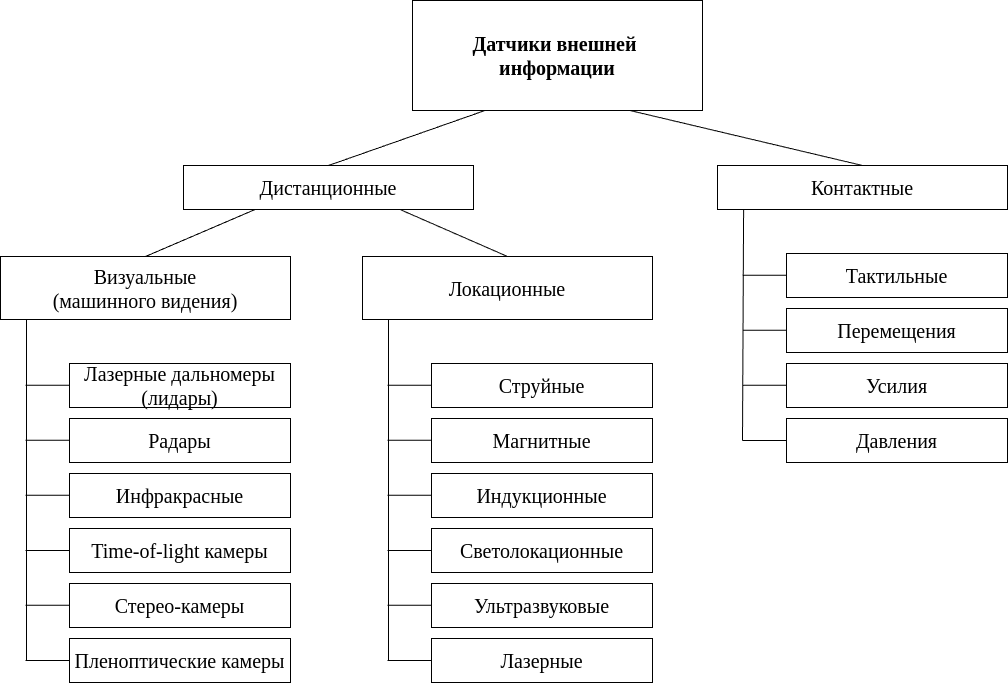
Above: Dissertation/images/drawio/datchiki.drawio.png in dreddsa5dies/phd (draw.io), before the change. Source tidied: cells renumbered, new cells last; positions are measured from the earlier drawing's top-left corner, leaving out a move shared by most shapes. Source of this version:
```xml
<mxGraphModel>
  <root>
    <mxCell id="0" />
    <mxCell id="1" parent="0" />
    <mxCell id="2" value="Датчики внешней&amp;nbsp;&lt;div&gt;информации&lt;/div&gt;" style="rounded=0;whiteSpace=wrap;html=1;fontSize=20;fontStyle=1;fontFamily=Times New Roman;" parent="1" vertex="1">
      <mxGeometry x="412" width="290" height="110" as="geometry" />
    </mxCell>
    <mxCell id="3" value="Дистанционные" style="rounded=0;whiteSpace=wrap;html=1;fontSize=20;fontFamily=Times New Roman;" parent="1" vertex="1">
      <mxGeometry x="183" y="165" width="290" height="44" as="geometry" />
    </mxCell>
    <mxCell id="4" value="Контактные" style="rounded=0;whiteSpace=wrap;html=1;fontSize=20;fontFamily=Times New Roman;" parent="1" vertex="1">
      <mxGeometry x="717" y="165" width="290" height="44" as="geometry" />
    </mxCell>
    <mxCell id="5" value="Визуальные&lt;br&gt;(машинного видения)" style="rounded=0;whiteSpace=wrap;html=1;fontSize=20;fontFamily=Times New Roman;" parent="1" vertex="1">
      <mxGeometry y="256" width="290" height="63" as="geometry" />
    </mxCell>
    <mxCell id="6" value="Локационные" style="rounded=0;whiteSpace=wrap;html=1;fontSize=20;fontFamily=Times New Roman;" parent="1" vertex="1">
      <mxGeometry x="362" y="256" width="290" height="63" as="geometry" />
    </mxCell>
    <mxCell id="7" style="endArrow=none;html=1;rounded=0;entryX=0.25;entryY=1;entryDx=0;entryDy=0;exitX=0.5;exitY=0;exitDx=0;exitDy=0;" parent="1" edge="1" source="3" target="2">
      <mxGeometry relative="1" as="geometry" />
    </mxCell>
    <mxCell id="8" style="endArrow=none;html=1;rounded=0;entryX=0.75;entryY=1;entryDx=0;entryDy=0;exitX=0.5;exitY=0;exitDx=0;exitDy=0;" parent="1" edge="1" source="4" target="2">
      <mxGeometry relative="1" as="geometry" />
    </mxCell>
    <mxCell id="9" style="endArrow=none;html=1;rounded=0;entryX=0.5;entryY=0;entryDx=0;entryDy=0;exitX=0.25;exitY=1;exitDx=0;exitDy=0;" parent="1" edge="1" target="5">
      <mxGeometry relative="1" as="geometry">
        <mxPoint x="254.5" y="209" as="sourcePoint" />
      </mxGeometry>
    </mxCell>
    <mxCell id="10" style="endArrow=none;html=1;rounded=0;entryX=0.5;entryY=0;entryDx=0;entryDy=0;exitX=0.75;exitY=1;exitDx=0;exitDy=0;" parent="1" edge="1" target="6">
      <mxGeometry relative="1" as="geometry">
        <mxPoint x="399.5" y="209" as="sourcePoint" />
      </mxGeometry>
    </mxCell>
    <mxCell id="11" value="Тактильные" style="rounded=0;whiteSpace=wrap;html=1;fontSize=20;fontFamily=Times New Roman;" parent="1" vertex="1">
      <mxGeometry x="786" y="253" width="221" height="44" as="geometry" />
    </mxCell>
    <mxCell id="12" value="Перемещения" style="rounded=0;whiteSpace=wrap;html=1;fontSize=20;fontFamily=Times New Roman;" parent="1" vertex="1">
      <mxGeometry x="786" y="308" width="221" height="44" as="geometry" />
    </mxCell>
    <mxCell id="13" value="Усилия" style="rounded=0;whiteSpace=wrap;html=1;fontSize=20;fontFamily=Times New Roman;" parent="1" vertex="1">
      <mxGeometry x="786" y="363" width="221" height="44" as="geometry" />
    </mxCell>
    <mxCell id="14" value="Давления" style="rounded=0;whiteSpace=wrap;html=1;fontSize=20;fontFamily=Times New Roman;" parent="1" vertex="1">
      <mxGeometry x="786" y="418" width="221" height="44" as="geometry" />
    </mxCell>
    <mxCell id="15" style="endArrow=none;html=1;rounded=0;entryX=0.09;entryY=0.999;entryDx=0;entryDy=0;entryPerimeter=0;" parent="1" edge="1" target="4">
      <mxGeometry relative="1" as="geometry">
        <mxPoint x="742" y="440" as="sourcePoint" />
      </mxGeometry>
    </mxCell>
    <mxCell id="16" style="endArrow=none;html=1;rounded=0;entryX=0;entryY=0.5;entryDx=0;entryDy=0;" parent="1" edge="1" target="14">
      <mxGeometry relative="1" as="geometry">
        <mxPoint x="742" y="440" as="sourcePoint" />
      </mxGeometry>
    </mxCell>
    <mxCell id="17" style="endArrow=none;html=1;rounded=0;entryX=0;entryY=0.5;entryDx=0;entryDy=0;" parent="1" edge="1">
      <mxGeometry relative="1" as="geometry">
        <mxPoint x="742" y="384.8" as="sourcePoint" />
        <mxPoint x="786" y="384.8" as="targetPoint" />
      </mxGeometry>
    </mxCell>
    <mxCell id="18" style="endArrow=none;html=1;rounded=0;entryX=0;entryY=0.5;entryDx=0;entryDy=0;" parent="1" edge="1">
      <mxGeometry relative="1" as="geometry">
        <mxPoint x="742" y="329.8" as="sourcePoint" />
        <mxPoint x="786" y="329.8" as="targetPoint" />
      </mxGeometry>
    </mxCell>
    <mxCell id="19" style="endArrow=none;html=1;rounded=0;entryX=0;entryY=0.5;entryDx=0;entryDy=0;" parent="1" edge="1">
      <mxGeometry relative="1" as="geometry">
        <mxPoint x="742" y="274.8" as="sourcePoint" />
        <mxPoint x="786" y="274.8" as="targetPoint" />
      </mxGeometry>
    </mxCell>
    <mxCell id="20" value="Струйные" style="rounded=0;whiteSpace=wrap;html=1;fontSize=20;fontFamily=Times New Roman;" parent="1" vertex="1">
      <mxGeometry x="431" y="363" width="221" height="44" as="geometry" />
    </mxCell>
    <mxCell id="21" value="Магнитные" style="rounded=0;whiteSpace=wrap;html=1;fontSize=20;fontFamily=Times New Roman;" parent="1" vertex="1">
      <mxGeometry x="431" y="418" width="221" height="44" as="geometry" />
    </mxCell>
    <mxCell id="22" value="Индукционные" style="rounded=0;whiteSpace=wrap;html=1;fontSize=20;fontFamily=Times New Roman;" parent="1" vertex="1">
      <mxGeometry x="431" y="473" width="221" height="44" as="geometry" />
    </mxCell>
    <mxCell id="23" value="Светолокационные" style="rounded=0;whiteSpace=wrap;html=1;fontSize=20;fontFamily=Times New Roman;" parent="1" vertex="1">
      <mxGeometry x="431" y="528" width="221" height="44" as="geometry" />
    </mxCell>
    <mxCell id="24" style="endArrow=none;html=1;rounded=0;entryX=0.09;entryY=0.999;entryDx=0;entryDy=0;entryPerimeter=0;" parent="1" edge="1">
      <mxGeometry relative="1" as="geometry">
        <mxPoint x="388" y="660" as="sourcePoint" />
        <mxPoint x="388" y="319" as="targetPoint" />
      </mxGeometry>
    </mxCell>
    <mxCell id="25" style="endArrow=none;html=1;rounded=0;entryX=0;entryY=0.5;entryDx=0;entryDy=0;" parent="1" edge="1" target="23">
      <mxGeometry relative="1" as="geometry">
        <mxPoint x="387" y="550" as="sourcePoint" />
      </mxGeometry>
    </mxCell>
    <mxCell id="26" style="endArrow=none;html=1;rounded=0;entryX=0;entryY=0.5;entryDx=0;entryDy=0;" parent="1" edge="1">
      <mxGeometry relative="1" as="geometry">
        <mxPoint x="387" y="494.8" as="sourcePoint" />
        <mxPoint x="431" y="494.8" as="targetPoint" />
      </mxGeometry>
    </mxCell>
    <mxCell id="27" style="endArrow=none;html=1;rounded=0;entryX=0;entryY=0.5;entryDx=0;entryDy=0;" parent="1" edge="1">
      <mxGeometry relative="1" as="geometry">
        <mxPoint x="387" y="439.8" as="sourcePoint" />
        <mxPoint x="431" y="439.8" as="targetPoint" />
      </mxGeometry>
    </mxCell>
    <mxCell id="28" style="endArrow=none;html=1;rounded=0;entryX=0;entryY=0.5;entryDx=0;entryDy=0;" parent="1" edge="1">
      <mxGeometry relative="1" as="geometry">
        <mxPoint x="387" y="384.8" as="sourcePoint" />
        <mxPoint x="431" y="384.8" as="targetPoint" />
      </mxGeometry>
    </mxCell>
    <mxCell id="29" value="Лазерные дальномеры (лидары)" style="rounded=0;whiteSpace=wrap;html=1;fontSize=20;fontFamily=Times New Roman;" parent="1" vertex="1">
      <mxGeometry x="69" y="363" width="221" height="44" as="geometry" />
    </mxCell>
    <mxCell id="30" value="Радары" style="rounded=0;whiteSpace=wrap;html=1;fontSize=20;fontFamily=Times New Roman;" parent="1" vertex="1">
      <mxGeometry x="69" y="418" width="221" height="44" as="geometry" />
    </mxCell>
    <mxCell id="31" value="Инфракрасные" style="rounded=0;whiteSpace=wrap;html=1;fontSize=20;fontFamily=Times New Roman;" parent="1" vertex="1">
      <mxGeometry x="69" y="473" width="221" height="44" as="geometry" />
    </mxCell>
    <mxCell id="32" value="Time-of-light камеры" style="rounded=0;whiteSpace=wrap;html=1;fontSize=20;fontFamily=Times New Roman;" parent="1" vertex="1">
      <mxGeometry x="69" y="528" width="221" height="44" as="geometry" />
    </mxCell>
    <mxCell id="33" style="endArrow=none;html=1;rounded=0;entryX=0.09;entryY=0.999;entryDx=0;entryDy=0;entryPerimeter=0;" parent="1" edge="1">
      <mxGeometry relative="1" as="geometry">
        <mxPoint x="26" y="660" as="sourcePoint" />
        <mxPoint x="26" y="319" as="targetPoint" />
      </mxGeometry>
    </mxCell>
    <mxCell id="34" style="endArrow=none;html=1;rounded=0;entryX=0;entryY=0.5;entryDx=0;entryDy=0;" parent="1" edge="1" target="32">
      <mxGeometry relative="1" as="geometry">
        <mxPoint x="25" y="550" as="sourcePoint" />
      </mxGeometry>
    </mxCell>
    <mxCell id="35" style="endArrow=none;html=1;rounded=0;entryX=0;entryY=0.5;entryDx=0;entryDy=0;" parent="1" edge="1">
      <mxGeometry relative="1" as="geometry">
        <mxPoint x="25" y="494.8" as="sourcePoint" />
        <mxPoint x="69" y="494.8" as="targetPoint" />
      </mxGeometry>
    </mxCell>
    <mxCell id="36" style="endArrow=none;html=1;rounded=0;entryX=0;entryY=0.5;entryDx=0;entryDy=0;" parent="1" edge="1">
      <mxGeometry relative="1" as="geometry">
        <mxPoint x="25" y="439.8" as="sourcePoint" />
        <mxPoint x="69" y="439.8" as="targetPoint" />
      </mxGeometry>
    </mxCell>
    <mxCell id="37" style="endArrow=none;html=1;rounded=0;entryX=0;entryY=0.5;entryDx=0;entryDy=0;" parent="1" edge="1">
      <mxGeometry relative="1" as="geometry">
        <mxPoint x="25" y="384.8" as="sourcePoint" />
        <mxPoint x="69" y="384.8" as="targetPoint" />
      </mxGeometry>
    </mxCell>
    <mxCell id="38" value="Стерео-камеры" style="rounded=0;whiteSpace=wrap;html=1;fontSize=20;fontFamily=Times New Roman;" parent="1" vertex="1">
      <mxGeometry x="69" y="583" width="221" height="44" as="geometry" />
    </mxCell>
    <mxCell id="39" value="Пленоптические камеры" style="rounded=0;whiteSpace=wrap;html=1;fontSize=20;fontFamily=Times New Roman;" parent="1" vertex="1">
      <mxGeometry x="69" y="638" width="221" height="44" as="geometry" />
    </mxCell>
    <mxCell id="40" style="endArrow=none;html=1;rounded=0;entryX=0;entryY=0.5;entryDx=0;entryDy=0;" parent="1" edge="1" target="39">
      <mxGeometry relative="1" as="geometry">
        <mxPoint x="25" y="660" as="sourcePoint" />
      </mxGeometry>
    </mxCell>
    <mxCell id="41" style="endArrow=none;html=1;rounded=0;entryX=0;entryY=0.5;entryDx=0;entryDy=0;" parent="1" edge="1">
      <mxGeometry relative="1" as="geometry">
        <mxPoint x="25" y="604.8" as="sourcePoint" />
        <mxPoint x="69" y="604.8" as="targetPoint" />
      </mxGeometry>
    </mxCell>
    <mxCell id="42" value="Ультразвуковые" style="rounded=0;whiteSpace=wrap;html=1;fontSize=20;fontFamily=Times New Roman;" parent="1" vertex="1">
      <mxGeometry x="431" y="583" width="221" height="44" as="geometry" />
    </mxCell>
    <mxCell id="43" value="Лазерные" style="rounded=0;whiteSpace=wrap;html=1;fontSize=20;fontFamily=Times New Roman;" parent="1" vertex="1">
      <mxGeometry x="431" y="638" width="221" height="44" as="geometry" />
    </mxCell>
    <mxCell id="44" style="endArrow=none;html=1;rounded=0;entryX=0;entryY=0.5;entryDx=0;entryDy=0;" parent="1" edge="1" target="43">
      <mxGeometry relative="1" as="geometry">
        <mxPoint x="387" y="660" as="sourcePoint" />
      </mxGeometry>
    </mxCell>
    <mxCell id="45" style="endArrow=none;html=1;rounded=0;entryX=0;entryY=0.5;entryDx=0;entryDy=0;" parent="1" edge="1">
      <mxGeometry relative="1" as="geometry">
        <mxPoint x="387" y="604.8" as="sourcePoint" />
        <mxPoint x="431" y="604.8" as="targetPoint" />
      </mxGeometry>
    </mxCell>
  </root>
</mxGraphModel>
```
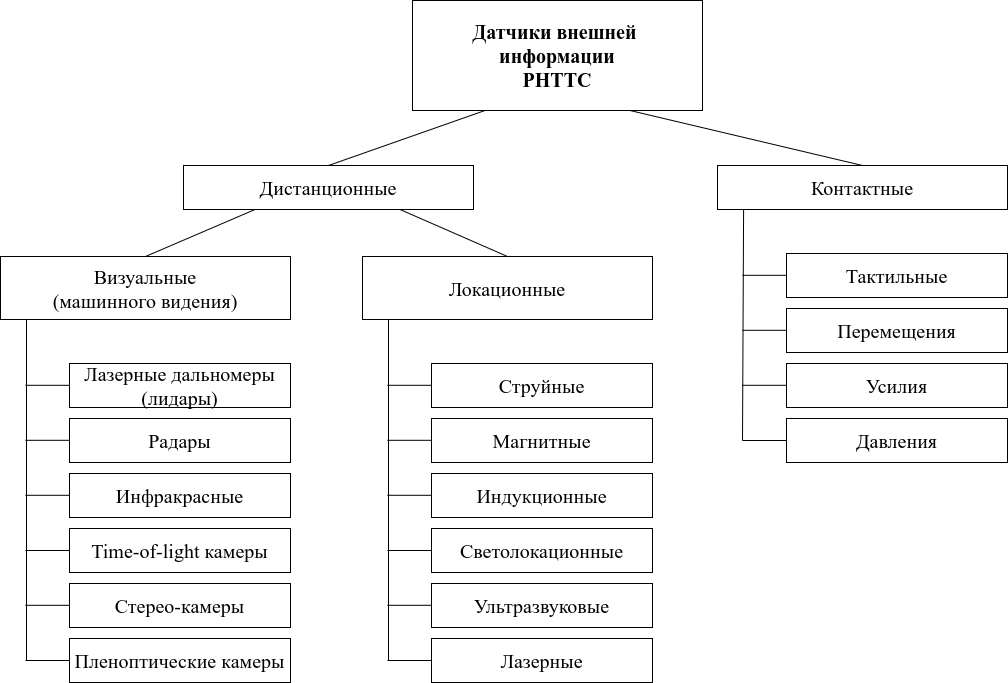
Above is the later version.

What changed in the source:
```diff
@@ -2,7 +2,7 @@
   <root>
     <mxCell id="0" />
     <mxCell id="1" parent="0" />
-    <mxCell id="2" value="Датчики внешней&amp;nbsp;&lt;div&gt;информации&lt;/div&gt;" style="rounded=0;whiteSpace=wrap;html=1;fontSize=20;fontStyle=1;fontFamily=Times New Roman;" parent="1" vertex="1">
+    <mxCell id="2" value="Датчики внешней&amp;nbsp;&lt;div&gt;информации&lt;br&gt;РНТТС&lt;/div&gt;" style="rounded=0;whiteSpace=wrap;html=1;fontSize=20;fontStyle=1;fontFamily=Times New Roman;" parent="1" vertex="1">
       <mxGeometry x="412" width="290" height="110" as="geometry" />
     </mxCell>
     <mxCell id="3" value="Дистанционные" style="rounded=0;whiteSpace=wrap;html=1;fontSize=20;fontFamily=Times New Roman;" parent="1" vertex="1">
```
